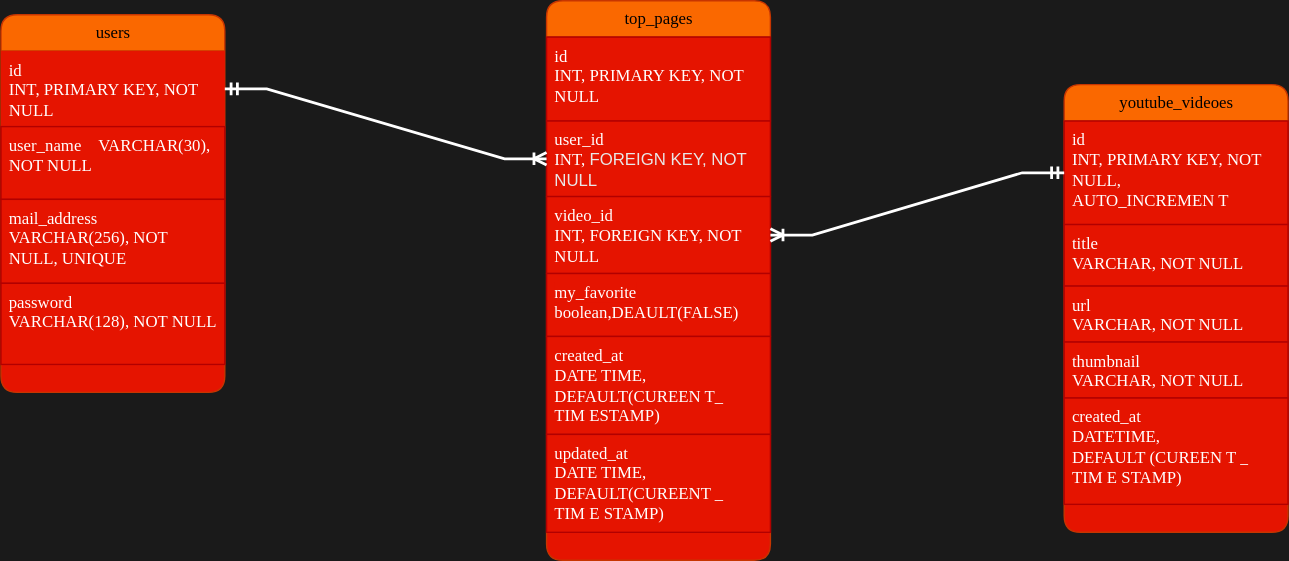
RareTECH-Hackathon-D-Team2024Autumn/stretch-app keeps this draw.io diagram as back/design-document/Hackathon_TeamD.drawio.svg. Above is the earlier version. Source tidied: cells renumbered, new cells last; positions are measured from the earlier drawing's top-left corner, leaving out a move shared by most shapes.
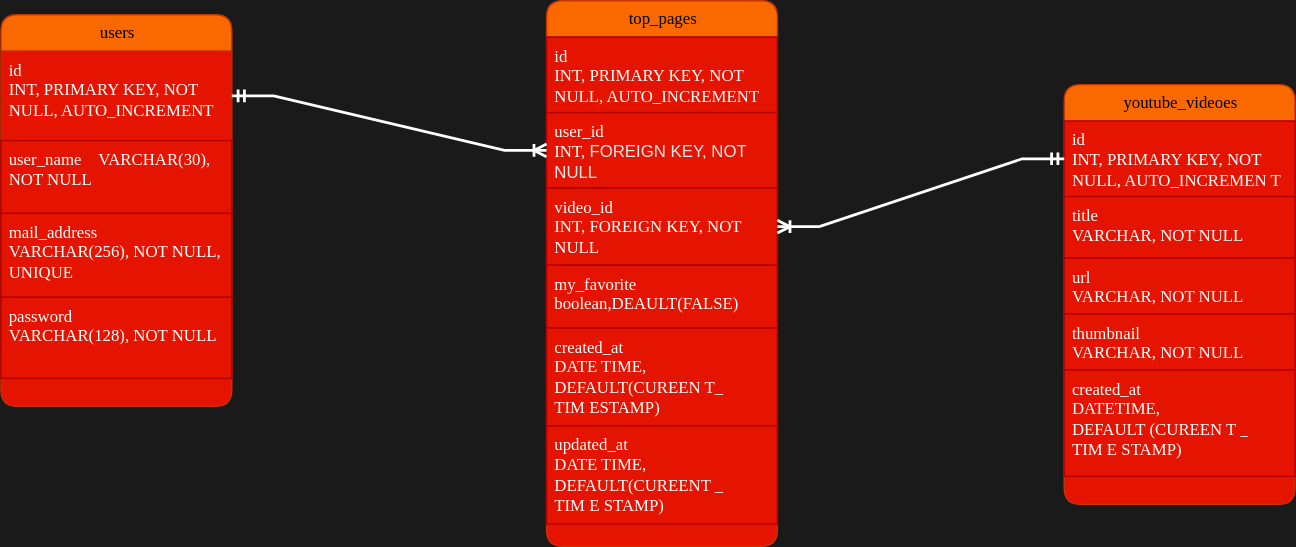
Later version of the same file.

What changed in the source:
```diff
@@ -3,58 +3,58 @@
     <mxCell id="0" />
     <mxCell id="1" parent="0" />
     <mxCell id="2" value="users" style="swimlane;html=1;fontStyle=0;horizontal=1;startSize=26;swimlaneFillColor=#E51400;align=center;rounded=1;shadow=0;comic=0;labelBackgroundColor=none;strokeWidth=1;fontFamily=Verdana;fontSize=12;fillColor=#fa6800;fontColor=#000000;strokeColor=#C73500;" parent="1" vertex="1">
-      <mxGeometry y="10" width="160" height="270" as="geometry" />
+      <mxGeometry y="10" width="165" height="280" as="geometry" />
     </mxCell>
-    <mxCell id="3" value="id　&lt;div&gt;INT, PRIMARY KEY, NOT NULL&amp;nbsp;&lt;/div&gt;" style="text;html=1;strokeColor=none;fillColor=#e51400;spacingLeft=4;spacingRight=4;whiteSpace=wrap;overflow=hidden;points=[[0,0.5],[1,0.5]];portConstraint=eastwest;rounded=0;labelBackgroundColor=none;fontColor=#ffffff;fontFamily=Verdana;" parent="2" vertex="1">
-      <mxGeometry y="26" width="160" height="54" as="geometry" />
+    <mxCell id="3" value="id　&lt;div&gt;INT, PRIMARY KEY, NOT NULL, AUTO_INCREMENT&lt;/div&gt;" style="text;html=1;strokeColor=none;fillColor=#e51400;spacingLeft=4;spacingRight=4;whiteSpace=wrap;overflow=hidden;points=[[0,0.5],[1,0.5]];portConstraint=eastwest;rounded=0;labelBackgroundColor=none;fontColor=#ffffff;fontFamily=Verdana;" parent="2" vertex="1">
+      <mxGeometry y="26" width="165" height="64" as="geometry" />
     </mxCell>
     <mxCell id="4" value="user_name　VARCHAR(30), NOT NULL" style="text;html=1;strokeColor=#B20000;fillColor=#e51400;spacingLeft=4;spacingRight=4;whiteSpace=wrap;overflow=hidden;rounded=0;labelBackgroundColor=none;fontColor=#ffffff;fontFamily=Verdana;" parent="2" vertex="1">
-      <mxGeometry y="80" width="160" height="52" as="geometry" />
+      <mxGeometry y="90" width="165" height="52" as="geometry" />
     </mxCell>
     <mxCell id="5" value="mail_address　&lt;div&gt;VARCHAR(256), NOT NULL, UNIQUE&lt;/div&gt;" style="text;html=1;strokeColor=#B20000;fillColor=#e51400;spacingLeft=4;spacingRight=4;whiteSpace=wrap;overflow=hidden;rounded=0;labelBackgroundColor=none;fontColor=#ffffff;fontFamily=Verdana;" parent="2" vertex="1">
-      <mxGeometry y="132" width="160" height="60" as="geometry" />
+      <mxGeometry y="142" width="165" height="60" as="geometry" />
     </mxCell>
     <mxCell id="6" value="password&lt;div&gt;VARCHAR(128), NOT NULL&lt;/div&gt;" style="text;html=1;strokeColor=#B20000;fillColor=#e51400;spacingLeft=4;spacingRight=4;whiteSpace=wrap;overflow=hidden;rounded=0;labelBackgroundColor=none;fontColor=#ffffff;fontFamily=Verdana;" parent="2" vertex="1">
-      <mxGeometry y="192" width="160" height="58" as="geometry" />
+      <mxGeometry y="202" width="165" height="58" as="geometry" />
     </mxCell>
     <mxCell id="7" value="top_pages" style="swimlane;html=1;fontStyle=0;horizontal=1;startSize=26;fillColor=#fa6800;swimlaneFillColor=#E51400;align=center;rounded=1;shadow=0;comic=0;labelBackgroundColor=none;strokeWidth=1;fontFamily=Verdana;fontSize=12;strokeColor=#C73500;fontColor=#000000;" parent="1" vertex="1">
-      <mxGeometry x="390" width="160" height="400" as="geometry" />
+      <mxGeometry x="390" width="165" height="390" as="geometry" />
     </mxCell>
-    <mxCell id="8" value="id&lt;div&gt;INT, PRIMARY KEY, NOT NULL&lt;/div&gt;" style="text;html=1;strokeColor=#B20000;fillColor=#e51400;spacingLeft=4;spacingRight=4;whiteSpace=wrap;overflow=hidden;rounded=0;labelBackgroundColor=none;fontColor=#ffffff;fontFamily=Verdana;" parent="7" vertex="1">
-      <mxGeometry y="26" width="160" height="60" as="geometry" />
+    <mxCell id="8" value="id&lt;div&gt;INT, PRIMARY KEY, NOT NULL, AUTO_INCREMENT&lt;/div&gt;" style="text;html=1;strokeColor=#B20000;fillColor=#e51400;spacingLeft=4;spacingRight=4;whiteSpace=wrap;overflow=hidden;rounded=0;labelBackgroundColor=none;fontColor=#ffffff;fontFamily=Verdana;" parent="7" vertex="1">
+      <mxGeometry y="26" width="165" height="54" as="geometry" />
     </mxCell>
     <mxCell id="9" value="&lt;span style=&quot;background-color: rgb(229, 20, 0);&quot;&gt;user_id&lt;/span&gt;&lt;div&gt;&lt;span style=&quot;background-color: rgb(229, 20, 0);&quot;&gt;INT,&amp;nbsp;&lt;span style=&quot;color: rgb(232, 232, 232); font-family: Arial, sans-serif;&quot;&gt;&lt;font style=&quot;font-size: 12px;&quot;&gt;FOREIGN KEY, NOT NULL&lt;/font&gt;&lt;/span&gt;&lt;/span&gt;&lt;/div&gt;" style="text;html=1;strokeColor=#B20000;fillColor=#e51400;spacingLeft=4;spacingRight=4;whiteSpace=wrap;overflow=hidden;points=[[0,0.5],[1,0.5]];portConstraint=eastwest;rounded=0;labelBackgroundColor=none;fontColor=#ffffff;fontFamily=Verdana;" parent="7" vertex="1">
-      <mxGeometry y="86" width="160" height="54" as="geometry" />
+      <mxGeometry y="80" width="165" height="54" as="geometry" />
     </mxCell>
     <mxCell id="10" value="video_id&lt;div&gt;INT, FOREIGN KEY, NOT NULL&lt;/div&gt;" style="text;html=1;strokeColor=#B20000;fillColor=#e51400;spacingLeft=4;spacingRight=4;whiteSpace=wrap;overflow=hidden;points=[[0,0.5],[1,0.5]];portConstraint=eastwest;rounded=0;labelBackgroundColor=none;fontColor=#ffffff;fontFamily=Verdana;" parent="7" vertex="1">
-      <mxGeometry y="140" width="160" height="55" as="geometry" />
+      <mxGeometry y="134" width="165" height="55" as="geometry" />
     </mxCell>
     <mxCell id="11" value="&lt;font style=&quot;background-color: rgb(229, 20, 0); font-size: 12px;&quot;&gt;my_favorite&lt;/font&gt;&lt;div style=&quot;&quot;&gt;&lt;span style=&quot;background-color: rgb(229, 20, 0);&quot;&gt;&lt;font face=&quot;Verdana&quot; style=&quot;font-size: 12px;&quot;&gt;boolean,DEAULT(FALSE)&lt;/font&gt;&lt;/span&gt;&lt;br&gt;&lt;/div&gt;" style="text;html=1;strokeColor=#B20000;fillColor=#e51400;spacingLeft=4;spacingRight=4;whiteSpace=wrap;overflow=hidden;rounded=0;labelBackgroundColor=none;fontColor=#ffffff;fontFamily=Verdana;" parent="7" vertex="1">
-      <mxGeometry y="195" width="160" height="45" as="geometry" />
+      <mxGeometry y="189" width="165" height="45" as="geometry" />
     </mxCell>
     <mxCell id="12" value="created_at&lt;div&gt;DATE TIME,&lt;/div&gt;&lt;div&gt;&amp;nbsp;&lt;span style=&quot;background-color: initial;&quot;&gt;DEFAULT(CUREEN&lt;/span&gt;&lt;span style=&quot;background-color: initial;&quot;&gt;T_&lt;/span&gt;&lt;/div&gt;&lt;div&gt;&lt;span style=&quot;background-color: initial;&quot;&gt;TIM&lt;/span&gt;&lt;span style=&quot;background-color: initial;&quot;&gt;ESTAMP)&lt;/span&gt;&lt;/div&gt;&lt;div&gt;&lt;span style=&quot;background-color: initial;&quot;&gt;&lt;br&gt;&lt;/span&gt;&lt;/div&gt;" style="text;html=1;strokeColor=#B20000;fillColor=#e51400;spacingLeft=4;spacingRight=4;whiteSpace=wrap;overflow=hidden;rounded=0;labelBackgroundColor=none;fontColor=#ffffff;fontFamily=Verdana;" parent="7" vertex="1">
-      <mxGeometry y="240" width="160" height="70" as="geometry" />
+      <mxGeometry y="234" width="165" height="70" as="geometry" />
     </mxCell>
     <mxCell id="13" value="updated_at&lt;div&gt;DATE TIME,&amp;nbsp;&lt;/div&gt;&lt;div&gt;&lt;span style=&quot;background-color: initial;&quot;&gt;DEFAULT(CUREENT&lt;/span&gt;&lt;span style=&quot;background-color: initial;&quot;&gt;_&lt;/span&gt;&lt;/div&gt;&lt;div&gt;&lt;span style=&quot;background-color: initial;&quot;&gt;TIM&lt;/span&gt;&lt;span style=&quot;background-color: initial;&quot;&gt;E&lt;/span&gt;&lt;span style=&quot;background-color: initial;&quot;&gt;STAMP)&lt;/span&gt;&lt;/div&gt;" style="text;html=1;strokeColor=#B20000;fillColor=#e51400;spacingLeft=4;spacingRight=4;whiteSpace=wrap;overflow=hidden;rounded=0;labelBackgroundColor=none;fontColor=#ffffff;fontFamily=Verdana;" parent="7" vertex="1">
-      <mxGeometry y="310" width="160" height="70" as="geometry" />
+      <mxGeometry y="304" width="165" height="70" as="geometry" />
     </mxCell>
     <mxCell id="14" value="youtube_videoes" style="swimlane;html=1;fontStyle=0;horizontal=1;startSize=26;fillColor=#fa6800;swimlaneFillColor=#E51400;align=center;rounded=1;shadow=0;comic=0;labelBackgroundColor=none;strokeWidth=1;fontFamily=Verdana;fontSize=12;strokeColor=#C73500;fontColor=#000000;" parent="1" vertex="1">
-      <mxGeometry x="760" y="60" width="160" height="320" as="geometry" />
+      <mxGeometry x="760" y="60" width="165" height="300" as="geometry" />
     </mxCell>
-    <mxCell id="15" value="&lt;div&gt;id&lt;/div&gt;&lt;div&gt;INT, PRIMARY KEY, NOT NULL,&amp;nbsp;&lt;/div&gt;&lt;div&gt;AUTO_INCREMEN&lt;span style=&quot;background-color: initial;&quot;&gt;T&lt;/span&gt;&lt;/div&gt;" style="text;html=1;strokeColor=#B20000;fillColor=#e51400;spacingLeft=4;spacingRight=4;whiteSpace=wrap;overflow=hidden;points=[[0,0.5],[1,0.5]];portConstraint=eastwest;rounded=0;labelBackgroundColor=none;fontColor=#ffffff;fontFamily=Verdana;" parent="14" vertex="1">
-      <mxGeometry y="26" width="160" height="74" as="geometry" />
+    <mxCell id="15" value="&lt;div&gt;id&lt;/div&gt;&lt;div&gt;INT, PRIMARY KEY, NOT NULL,&amp;nbsp;&lt;span style=&quot;background-color: initial;&quot;&gt;AUTO_INCREMEN&lt;/span&gt;&lt;span style=&quot;background-color: initial;&quot;&gt;T&lt;/span&gt;&lt;/div&gt;" style="text;html=1;strokeColor=#B20000;fillColor=#e51400;spacingLeft=4;spacingRight=4;whiteSpace=wrap;overflow=hidden;points=[[0,0.5],[1,0.5]];portConstraint=eastwest;rounded=0;labelBackgroundColor=none;fontColor=#ffffff;fontFamily=Verdana;" parent="14" vertex="1">
+      <mxGeometry y="26" width="165" height="54" as="geometry" />
     </mxCell>
     <mxCell id="16" value="&lt;div style=&quot;&quot;&gt;title&lt;/div&gt;&lt;div style=&quot;&quot;&gt;&lt;font style=&quot;font-size: 12px;&quot;&gt;VARCHAR, NOT NULL&lt;/font&gt;&lt;/div&gt;" style="text;html=1;strokeColor=#B20000;fillColor=#e51400;spacingLeft=4;spacingRight=4;whiteSpace=wrap;overflow=hidden;rounded=0;labelBackgroundColor=none;fontColor=#ffffff;fontFamily=Verdana;" parent="14" vertex="1">
-      <mxGeometry y="100" width="160" height="44" as="geometry" />
+      <mxGeometry y="80" width="165" height="44" as="geometry" />
     </mxCell>
     <mxCell id="17" value="url&lt;div&gt;VARCHAR, NOT NULL&lt;/div&gt;" style="text;html=1;strokeColor=#B20000;fillColor=#e51400;spacingLeft=4;spacingRight=4;whiteSpace=wrap;overflow=hidden;rounded=0;labelBackgroundColor=none;fontColor=#ffffff;fontFamily=Verdana;" parent="14" vertex="1">
-      <mxGeometry y="144" width="160" height="40" as="geometry" />
+      <mxGeometry y="124" width="165" height="40" as="geometry" />
     </mxCell>
     <mxCell id="18" value="thumbnail&lt;div&gt;VARCHAR, NOT NULL&lt;/div&gt;" style="text;html=1;strokeColor=#B20000;fillColor=#e51400;spacingLeft=4;spacingRight=4;whiteSpace=wrap;overflow=hidden;rounded=0;labelBackgroundColor=none;fontColor=#ffffff;fontFamily=Verdana;" parent="14" vertex="1">
-      <mxGeometry y="184" width="160" height="40" as="geometry" />
+      <mxGeometry y="164" width="165" height="40" as="geometry" />
     </mxCell>
     <mxCell id="19" value="created_at&lt;div&gt;DATETIME,&amp;nbsp;&lt;/div&gt;&lt;div&gt;&lt;span style=&quot;background-color: initial;&quot;&gt;DEFAULT&lt;/span&gt;&lt;span style=&quot;background-color: initial;&quot;&gt;(CUREEN&lt;/span&gt;&lt;span style=&quot;background-color: initial;&quot;&gt;T&lt;/span&gt;&lt;span style=&quot;background-color: initial;&quot;&gt;_&lt;/span&gt;&lt;/div&gt;&lt;div&gt;&lt;span style=&quot;background-color: initial;&quot;&gt;TIM&lt;/span&gt;&lt;span style=&quot;background-color: initial;&quot;&gt;E&lt;/span&gt;&lt;span style=&quot;background-color: initial;&quot;&gt;STAMP)&lt;/span&gt;&lt;/div&gt;" style="text;html=1;strokeColor=#B20000;fillColor=#e51400;spacingLeft=4;spacingRight=4;whiteSpace=wrap;overflow=hidden;rounded=0;labelBackgroundColor=none;fontColor=#ffffff;fontFamily=Verdana;" parent="14" vertex="1">
-      <mxGeometry y="224" width="160" height="76" as="geometry" />
+      <mxGeometry y="204" width="165" height="76" as="geometry" />
     </mxCell>
     <mxCell id="20" style="edgeStyle=entityRelationEdgeStyle;fontSize=12;html=1;endArrow=ERmandOne;startArrow=ERoneToMany;rounded=0;strokeColor=#FFFFFF;fontColor=#393C56;fillColor=#F2CC8F;exitX=0;exitY=0.5;exitDx=0;exitDy=0;entryX=1;entryY=0.5;entryDx=0;entryDy=0;strokeWidth=2;fontFamily=Verdana;startFill=0;endFill=0;" parent="1" edge="1" source="9" target="3">
       <mxGeometry relative="1" as="geometry" />
```
